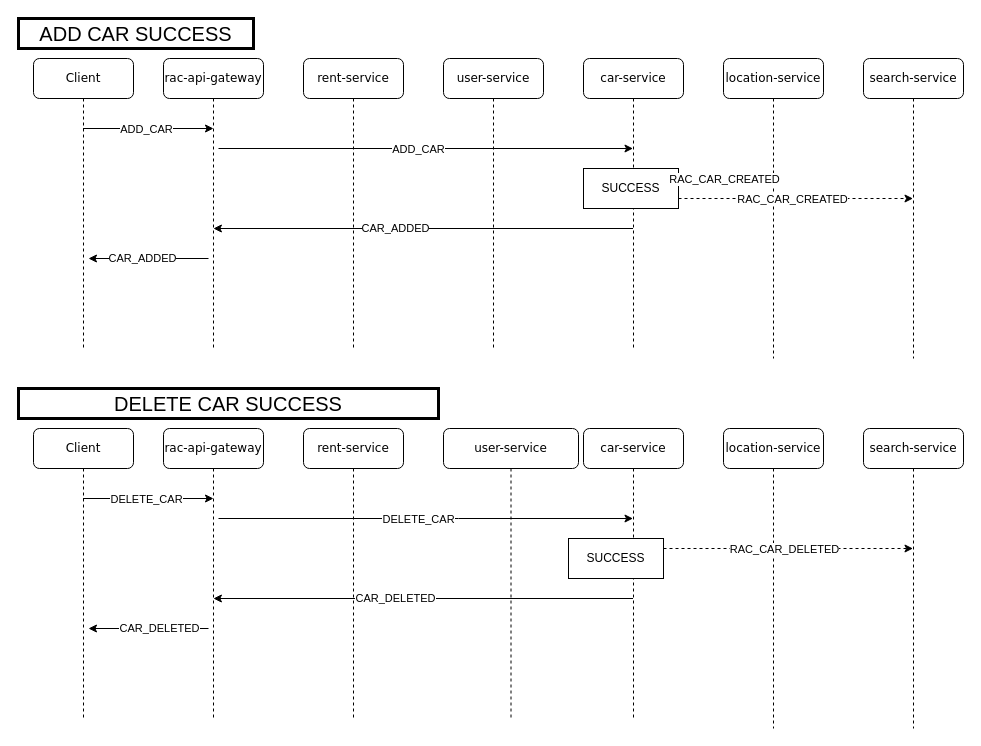
maciejgz/rac keeps this draw.io diagram as page "Car" (2 of 3) of docs/c4/sagas.drawio. Above is the earlier version. Source tidied: cells renumbered, new cells numbered last; positions are measured from the earlier drawing's top-left corner, leaving out a move shared by most shapes. Both pictures are drawn from the tidied source at 100%, with x=0, y=0 at pixel (18, 18).
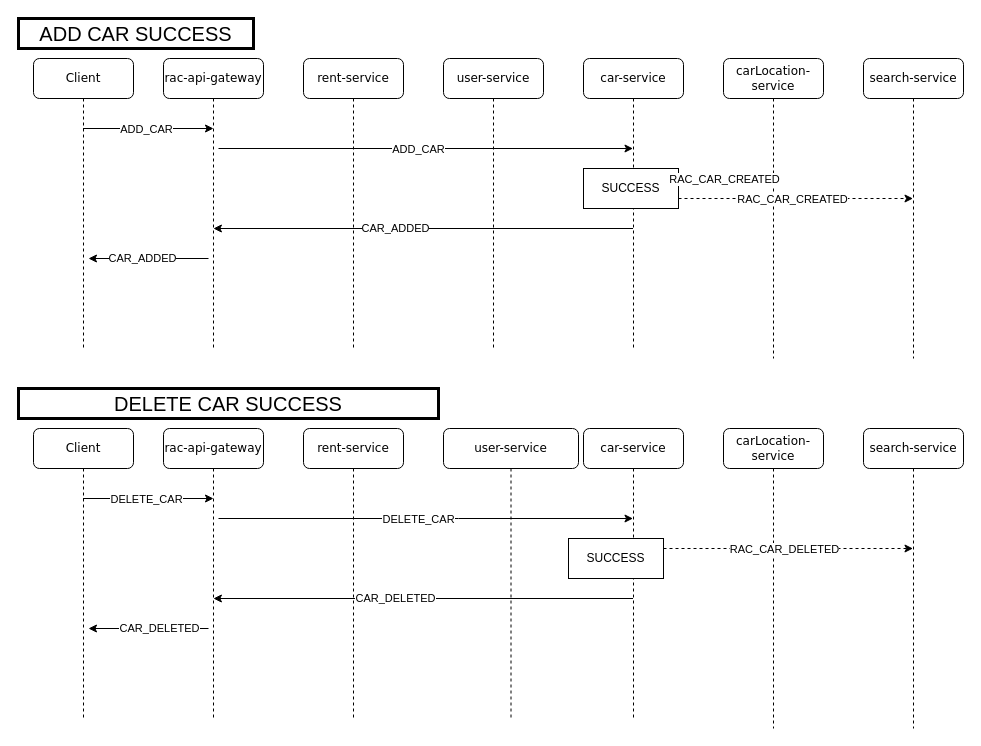
The same page after the edit.

Diff of the diagram source:
```diff
@@
-    <mxCell id="8" value="location-service" style="shape=umlLifeline;perimeter=lifelinePerimeter;whiteSpace=wrap;html=1;rounded=1;shadow=0;comic=0;labelBackgroundColor=none;strokeWidth=1;fontFamily=Verdana;fontSize=12;align=center;" parent="1" vertex="1">
+    <mxCell id="8" value="carLocation-service" style="shape=umlLifeline;perimeter=lifelinePerimeter;whiteSpace=wrap;html=1;rounded=1;shadow=0;comic=0;labelBackgroundColor=none;strokeWidth=1;fontFamily=Verdana;fontSize=12;align=center;" parent="1" vertex="1">
       <mxGeometry x="705" y="40" width="100" height="300" as="geometry" />
     </mxCell>
@@
-    <mxCell id="25" value="location-service" style="shape=umlLifeline;perimeter=lifelinePerimeter;whiteSpace=wrap;html=1;rounded=1;shadow=0;comic=0;labelBackgroundColor=none;strokeWidth=1;fontFamily=Verdana;fontSize=12;align=center;" parent="1" vertex="1">
+    <mxCell id="25" value="carLocation-service" style="shape=umlLifeline;perimeter=lifelinePerimeter;whiteSpace=wrap;html=1;rounded=1;shadow=0;comic=0;labelBackgroundColor=none;strokeWidth=1;fontFamily=Verdana;fontSize=12;align=center;" parent="1" vertex="1">
       <mxGeometry x="705" y="410" width="100" height="300" as="geometry" />
     </mxCell>
```
